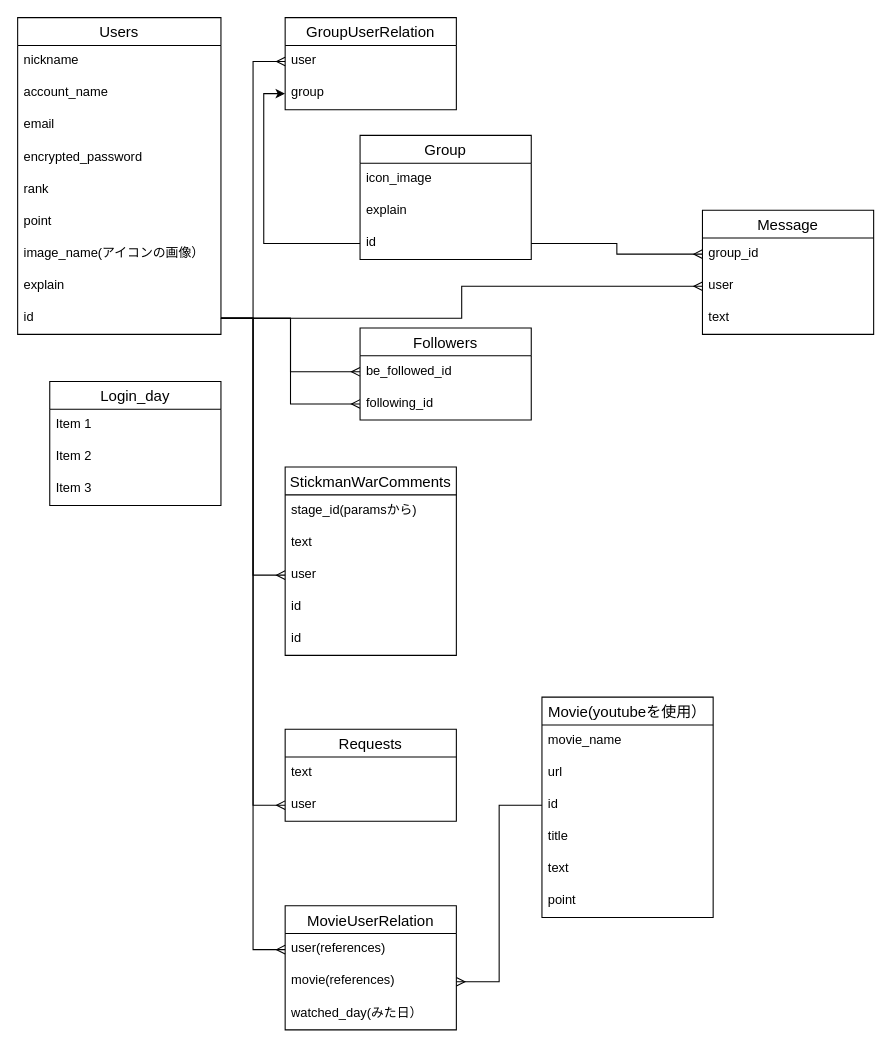
runba3011/runba_home keeps this draw.io diagram as database.dio. Above is the earlier version. Source tidied: cells renumbered, new cells numbered last; positions are measured from the earlier drawing's top-left corner, leaving out a move shared by most shapes. Both pictures are drawn from the tidied source at 107%, with x=0, y=0 at pixel (17, 17).
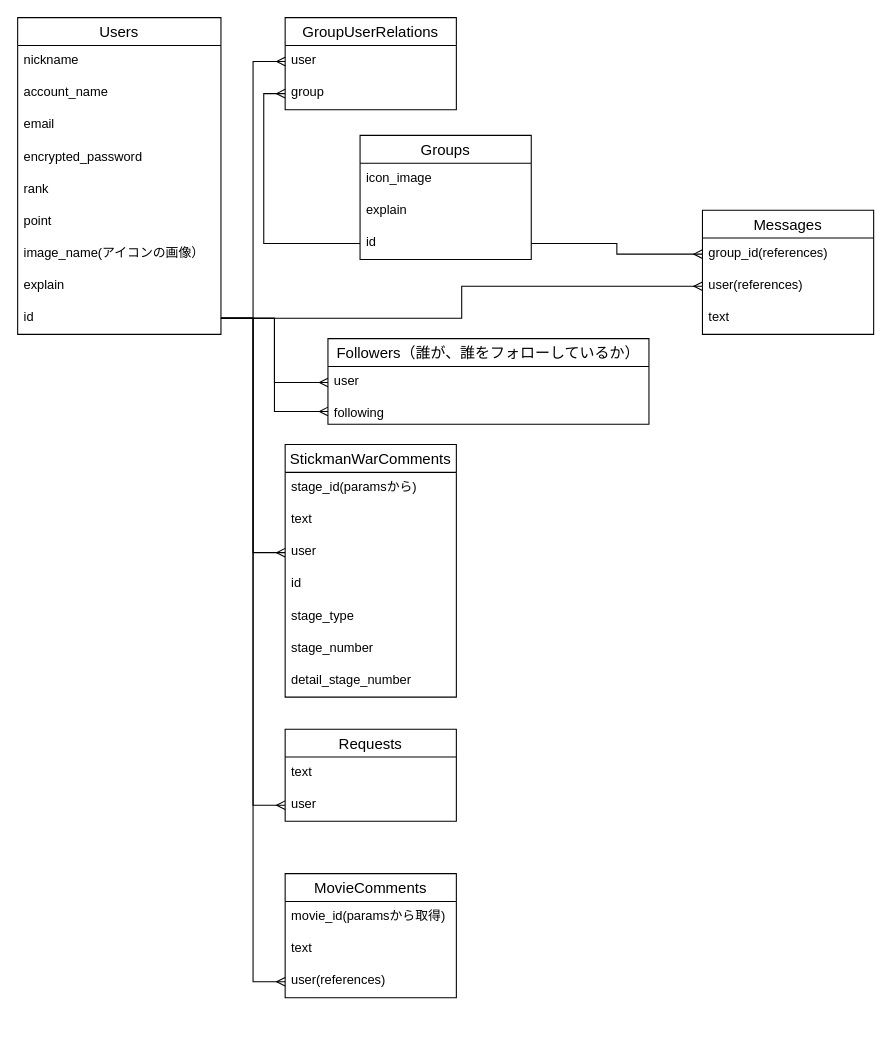
After the change.

Commit message (it also covers changes not shown here):
ReadMeファイルの作成

Unchanged cells that the change refers to:
```xml
<mxCell id="11" value="id" style="text;strokeColor=none;fillColor=none;spacingLeft=4;spacingRight=4;overflow=hidden;points=[[0,0.5],[1,0.5]];portConstraint=eastwest;fontSize=12;" parent="2" vertex="1">
  <mxGeometry y="266" width="190" height="30" as="geometry" />
</mxCell>
<mxCell id="15" value="id" style="text;strokeColor=none;fillColor=none;spacingLeft=4;spacingRight=4;overflow=hidden;points=[[0,0.5],[1,0.5]];portConstraint=eastwest;fontSize=12;" parent="12" vertex="1">
  <mxGeometry y="86" width="160" height="30" as="geometry" />
</mxCell>
<mxCell id="18" value="group" style="text;strokeColor=none;fillColor=none;spacingLeft=4;spacingRight=4;overflow=hidden;points=[[0,0.5],[1,0.5]];portConstraint=eastwest;fontSize=12;" parent="16" vertex="1">
  <mxGeometry y="56" width="160" height="30" as="geometry" />
</mxCell>
<mxCell id="41" value="user" style="text;strokeColor=none;fillColor=none;spacingLeft=4;spacingRight=4;overflow=hidden;points=[[0,0.5],[1,0.5]];portConstraint=eastwest;fontSize=12;" parent="39" vertex="1">
  <mxGeometry y="56" width="160" height="30" as="geometry" />
</mxCell>
```

Change to the diagram source:
```diff
@@
-    <mxCell id="12" value="Group" style="swimlane;fontStyle=0;horizontal=1;startSize=26;align=center;fontSize=14;" parent="1" vertex="1">
+    <mxCell id="12" value="Groups" style="swimlane;fontStyle=0;horizontal=1;startSize=26;align=center;fontSize=14;" parent="1" vertex="1">
       <mxGeometry x="320" y="110" width="160" height="116" as="geometry" />
     </mxCell>
@@
-    <mxCell id="16" value="GroupUserRelation" style="swimlane;fontStyle=0;horizontal=1;startSize=26;align=center;fontSize=14;" parent="1" vertex="1">
+    <mxCell id="16" value="GroupUserRelations" style="swimlane;fontStyle=0;horizontal=1;startSize=26;align=center;fontSize=14;" parent="1" vertex="1">
       <mxGeometry x="250" width="160" height="86" as="geometry" />
     </mxCell>
@@
-    <mxCell id="19" value="Message" style="swimlane;fontStyle=0;horizontal=1;startSize=26;align=center;fontSize=14;" parent="1" vertex="1">
+    <mxCell id="19" value="Messages" style="swimlane;fontStyle=0;horizontal=1;startSize=26;align=center;fontSize=14;" parent="1" vertex="1">
       <mxGeometry x="640" y="180" width="160" height="116" as="geometry" />
     </mxCell>
-    <mxCell id="20" value="group_id" style="text;strokeColor=none;fillColor=none;spacingLeft=4;spacingRight=4;overflow=hidden;points=[[0,0.5],[1,0.5]];portConstraint=eastwest;fontSize=12;" parent="19" vertex="1">
+    <mxCell id="20" value="group_id(references)" style="text;strokeColor=none;fillColor=none;spacingLeft=4;spacingRight=4;overflow=hidden;points=[[0,0.5],[1,0.5]];portConstraint=eastwest;fontSize=12;" parent="19" vertex="1">
       <mxGeometry y="26" width="160" height="30" as="geometry" />
     </mxCell>
-    <mxCell id="21" value="user" style="text;strokeColor=none;fillColor=none;spacingLeft=4;spacingRight=4;overflow=hidden;points=[[0,0.5],[1,0.5]];portConstraint=eastwest;fontSize=12;" parent="19" vertex="1">
+    <mxCell id="21" value="user(references)" style="text;strokeColor=none;fillColor=none;spacingLeft=4;spacingRight=4;overflow=hidden;points=[[0,0.5],[1,0.5]];portConstraint=eastwest;fontSize=12;" parent="19" vertex="1">
       <mxGeometry y="56" width="160" height="30" as="geometry" />
     </mxCell>
@@
-    <mxCell id="24" style="edgeStyle=orthogonalEdgeStyle;rounded=0;jettySize=auto;html=1;entryX=0;entryY=0.5;entryDx=0;entryDy=0;" parent="1" edge="1" source="15" target="18">
+    <mxCell id="24" style="edgeStyle=orthogonalEdgeStyle;rounded=0;jettySize=auto;html=1;entryX=0;entryY=0.5;entryDx=0;entryDy=0;endArrow=ERmany;endFill=0;" parent="1" edge="1" source="15" target="18">
       <mxGeometry relative="1" as="geometry" />
     </mxCell>
@@
-    <mxCell id="26" value="Followers" style="swimlane;fontStyle=0;horizontal=1;startSize=26;align=center;fontSize=14;" parent="1" vertex="1">
-      <mxGeometry x="320" y="290" width="160" height="86" as="geometry" />
+    <mxCell id="26" value="Followers（誰が、誰をフォローしているか）" style="swimlane;fontStyle=0;horizontal=1;startSize=26;align=center;fontSize=14;" parent="1" vertex="1">
+      <mxGeometry x="290" y="300" width="300" height="80" as="geometry" />
     </mxCell>
-    <mxCell id="27" value="be_followed_id" style="text;strokeColor=none;fillColor=none;spacingLeft=4;spacingRight=4;overflow=hidden;points=[[0,0.5],[1,0.5]];portConstraint=eastwest;fontSize=12;" parent="26" vertex="1">
-      <mxGeometry y="26" width="160" height="30" as="geometry" />
+    <mxCell id="27" value="user" style="text;strokeColor=none;fillColor=none;spacingLeft=4;spacingRight=4;overflow=hidden;points=[[0,0.5],[1,0.5]];portConstraint=eastwest;fontSize=12;" parent="26" vertex="1">
+      <mxGeometry y="26" width="300" height="30" as="geometry" />
     </mxCell>
-    <mxCell id="28" value="following_id" style="text;strokeColor=none;fillColor=none;spacingLeft=4;spacingRight=4;overflow=hidden;points=[[0,0.5],[1,0.5]];portConstraint=eastwest;fontSize=12;" parent="26" vertex="1">
-      <mxGeometry y="56" width="160" height="30" as="geometry" />
+    <mxCell id="28" value="following" style="text;strokeColor=none;fillColor=none;spacingLeft=4;spacingRight=4;overflow=hidden;points=[[0,0.5],[1,0.5]];portConstraint=eastwest;fontSize=12;" parent="26" vertex="1">
+      <mxGeometry y="56" width="300" height="24" as="geometry" />
     </mxCell>
@@
     <mxCell id="31" value="StickmanWarComments" style="swimlane;fontStyle=0;horizontal=1;startSize=26;align=center;fontSize=14;" parent="1" vertex="1">
-      <mxGeometry x="250" y="420" width="160" height="176" as="geometry" />
+      <mxGeometry x="250" y="399" width="160" height="236" as="geometry" />
     </mxCell>
@@
-    <mxCell id="36" value="id" style="text;strokeColor=none;fillColor=none;spacingLeft=4;spacingRight=4;overflow=hidden;fontSize=12;" parent="31" vertex="1">
+    <mxCell id="36" value="stage_type" style="text;strokeColor=none;fillColor=none;spacingLeft=4;spacingRight=4;overflow=hidden;fontSize=12;" parent="31" vertex="1">
       <mxGeometry y="146" width="160" height="30" as="geometry" />
     </mxCell>
+    <mxCell id="60" value="stage_number" style="text;strokeColor=none;fillColor=none;spacingLeft=4;spacingRight=4;overflow=hidden;fontSize=12;" parent="31" vertex="1">
+      <mxGeometry y="176" width="160" height="30" as="geometry" />
+    </mxCell>
+    <mxCell id="61" value="detail_stage_number" style="text;strokeColor=none;fillColor=none;spacingLeft=4;spacingRight=4;overflow=hidden;fontSize=12;" parent="31" vertex="1">
+      <mxGeometry y="206" width="160" height="30" as="geometry" />
+    </mxCell>
@@
-    <mxCell id="42" value="Movie(youtubeを使用）" style="swimlane;fontStyle=0;horizontal=1;startSize=26;align=center;fontSize=14;" parent="1" vertex="1">
-      <mxGeometry x="490" y="635" width="160" height="206" as="geometry" />
-    </mxCell>
-    <mxCell id="43" value="movie_name" style="text;strokeColor=none;fillColor=none;spacingLeft=4;spacingRight=4;overflow=hidden;fontSize=12;" parent="42" vertex="1">
-      <mxGeometry y="26" width="160" height="30" as="geometry" />
-    </mxCell>
-    <mxCell id="44" value="url" style="text;strokeColor=none;fillColor=none;spacingLeft=4;spacingRight=4;overflow=hidden;fontSize=12;" parent="42" vertex="1">
-      <mxGeometry y="56" width="160" height="30" as="geometry" />
-    </mxCell>
-    <mxCell id="45" value="id" style="text;strokeColor=none;fillColor=none;spacingLeft=4;spacingRight=4;overflow=hidden;points=[[0,0.5],[1,0.5]];portConstraint=eastwest;fontSize=12;" parent="42" vertex="1">
-      <mxGeometry y="86" width="160" height="30" as="geometry" />
-    </mxCell>
-    <mxCell id="46" value="title" style="text;strokeColor=none;fillColor=none;spacingLeft=4;spacingRight=4;overflow=hidden;fontSize=12;" parent="42" vertex="1">
-      <mxGeometry y="116" width="160" height="30" as="geometry" />
-    </mxCell>
+    <mxCell id="49" style="edgeStyle=orthogonalEdgeStyle;rounded=0;jettySize=auto;html=1;entryX=0;entryY=0.5;entryDx=0;entryDy=0;endArrow=ERmany;endFill=0;" parent="1" edge="1" source="11" target="41">
+      <mxGeometry relative="1" as="geometry" />
+    </mxCell>
+    <mxCell id="62" value="MovieComments" style="swimlane;fontStyle=0;horizontal=1;startSize=26;align=center;fontSize=14;" parent="1" vertex="1">
+      <mxGeometry x="250" y="800" width="160" height="116" as="geometry" />
+    </mxCell>
+    <mxCell id="63" value="movie_id(paramsから取得)" style="text;strokeColor=none;fillColor=none;spacingLeft=4;spacingRight=4;overflow=hidden;fontSize=12;" parent="62" vertex="1">
+      <mxGeometry y="26" width="160" height="30" as="geometry" />
+    </mxCell>
-    <mxCell id="47" value="text" style="text;strokeColor=none;fillColor=none;spacingLeft=4;spacingRight=4;overflow=hidden;fontSize=12;" parent="42" vertex="1">
-      <mxGeometry y="146" width="160" height="30" as="geometry" />
+    <mxCell id="47" value="text" style="text;strokeColor=none;fillColor=none;spacingLeft=4;spacingRight=4;overflow=hidden;fontSize=12;" parent="62" vertex="1">
+      <mxGeometry y="56" width="160" height="30" as="geometry" />
     </mxCell>
-    <mxCell id="48" value="point" style="text;strokeColor=none;fillColor=none;spacingLeft=4;spacingRight=4;overflow=hidden;fontSize=12;" parent="42" vertex="1">
-      <mxGeometry y="176" width="160" height="30" as="geometry" />
-    </mxCell>
-    <mxCell id="49" style="edgeStyle=orthogonalEdgeStyle;rounded=0;jettySize=auto;html=1;entryX=0;entryY=0.5;entryDx=0;entryDy=0;endArrow=ERmany;endFill=0;" parent="1" edge="1" source="11" target="41">
-      <mxGeometry relative="1" as="geometry" />
-    </mxCell>
-    <mxCell id="50" value="Login_day" style="swimlane;fontStyle=0;horizontal=1;startSize=26;align=center;fontSize=14;" parent="1" vertex="1">
-      <mxGeometry x="30" y="340" width="160" height="116" as="geometry" />
-    </mxCell>
-    <mxCell id="51" value="Item 1" style="text;strokeColor=none;fillColor=none;spacingLeft=4;spacingRight=4;overflow=hidden;fontSize=12;" parent="50" vertex="1">
-      <mxGeometry y="26" width="160" height="30" as="geometry" />
-    </mxCell>
-    <mxCell id="52" value="Item 2" style="text;strokeColor=none;fillColor=none;spacingLeft=4;spacingRight=4;overflow=hidden;fontSize=12;" parent="50" vertex="1">
-      <mxGeometry y="56" width="160" height="30" as="geometry" />
-    </mxCell>
-    <mxCell id="53" value="Item 3" style="text;strokeColor=none;fillColor=none;spacingLeft=4;spacingRight=4;overflow=hidden;fontSize=12;" parent="50" vertex="1">
-      <mxGeometry y="86" width="160" height="30" as="geometry" />
-    </mxCell>
-    <mxCell id="54" value="MovieUserRelation" style="swimlane;fontStyle=0;horizontal=1;startSize=26;align=center;fontSize=14;" parent="1" vertex="1">
-      <mxGeometry x="250" y="830" width="160" height="116" as="geometry" />
-    </mxCell>
-    <mxCell id="55" value="user(references)" style="text;strokeColor=none;fillColor=none;spacingLeft=4;spacingRight=4;overflow=hidden;points=[[0,0.5],[1,0.5]];portConstraint=eastwest;fontSize=12;" parent="54" vertex="1">
-      <mxGeometry y="26" width="160" height="30" as="geometry" />
+    <mxCell id="55" value="user(references)" style="text;strokeColor=none;fillColor=none;spacingLeft=4;spacingRight=4;overflow=hidden;points=[[0,0.5],[1,0.5]];portConstraint=eastwest;fontSize=12;" parent="62" vertex="1">
+      <mxGeometry y="86" width="160" height="30" as="geometry" />
     </mxCell>
-    <mxCell id="56" value="movie(references)" style="text;strokeColor=none;fillColor=none;spacingLeft=4;spacingRight=4;overflow=hidden;points=[[0,0.5],[1,0.5]];portConstraint=eastwest;fontSize=12;" parent="54" vertex="1">
-      <mxGeometry y="56" width="160" height="30" as="geometry" />
-    </mxCell>
-    <mxCell id="57" value="watched_day(みた日）" style="text;strokeColor=none;fillColor=none;spacingLeft=4;spacingRight=4;overflow=hidden;fontSize=12;" parent="54" vertex="1">
-      <mxGeometry y="86" width="160" height="30" as="geometry" />
-    </mxCell>
-    <mxCell id="58" style="edgeStyle=orthogonalEdgeStyle;rounded=0;jettySize=auto;html=1;entryX=0;entryY=0.5;entryDx=0;entryDy=0;endArrow=ERmany;endFill=0;" parent="1" edge="1" source="11" target="55">
+    <mxCell id="58" style="edgeStyle=orthogonalEdgeStyle;rounded=0;jettySize=auto;html=1;endArrow=ERmany;endFill=0;" parent="1" edge="1" source="11" target="55">
       <mxGeometry relative="1" as="geometry" />
     </mxCell>
-    <mxCell id="59" style="edgeStyle=orthogonalEdgeStyle;rounded=0;jettySize=auto;html=1;endArrow=ERmany;endFill=0;" parent="1" edge="1" source="45" target="56">
-      <mxGeometry relative="1" as="geometry" />
-    </mxCell>
```
